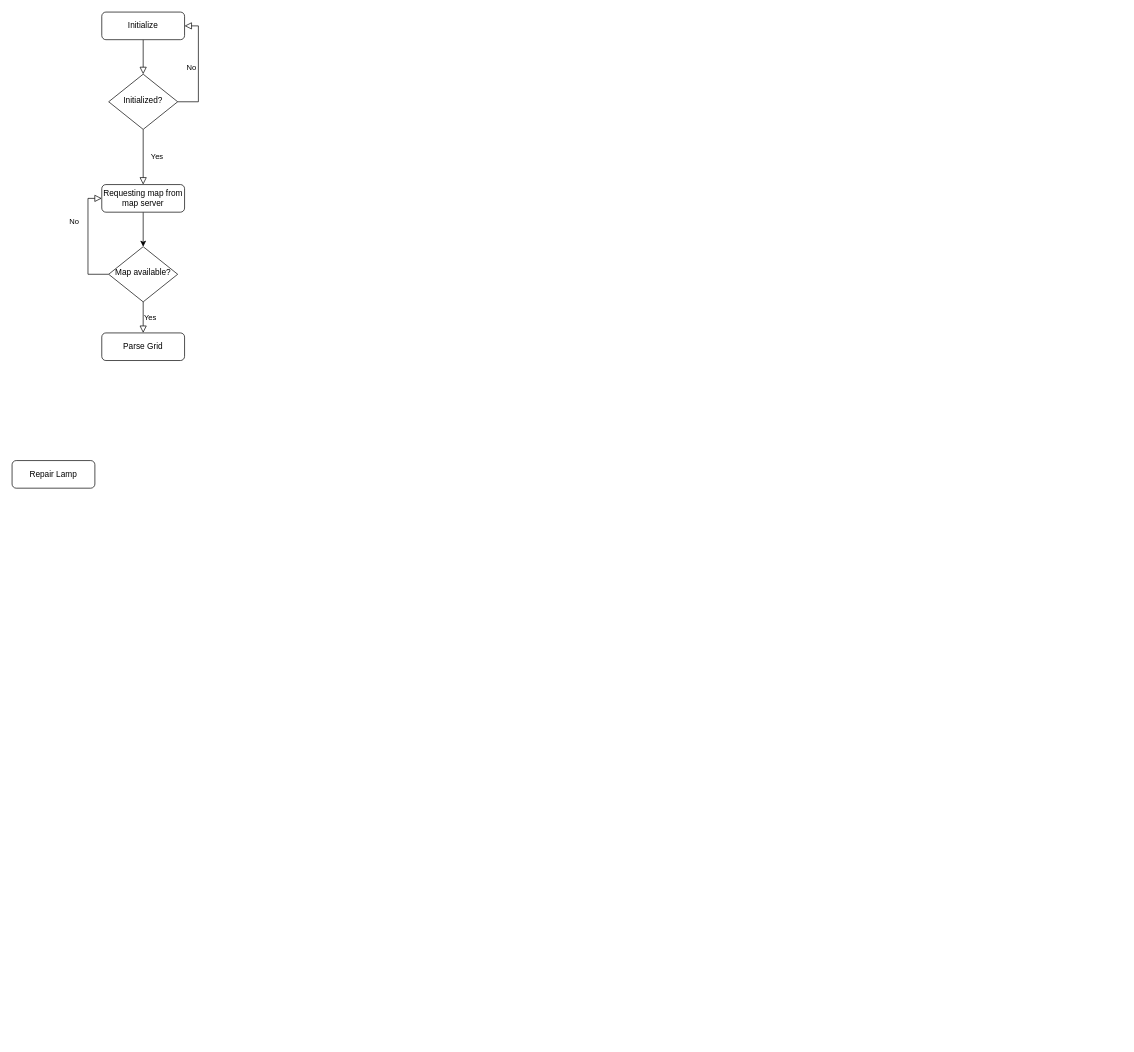
Before: page "Page-1" (1 of 2) of Path planning flow chart.drawio in RandikaVS/Edfoci-chat-server, a draw.io diagram. Source tidied: cells renumbered, new cells numbered last; positions are measured from the earlier drawing's top-left corner, leaving out a move shared by most shapes. Both pictures are drawn from the tidied source at 69%, with x=0, y=0 at pixel (12, 12).
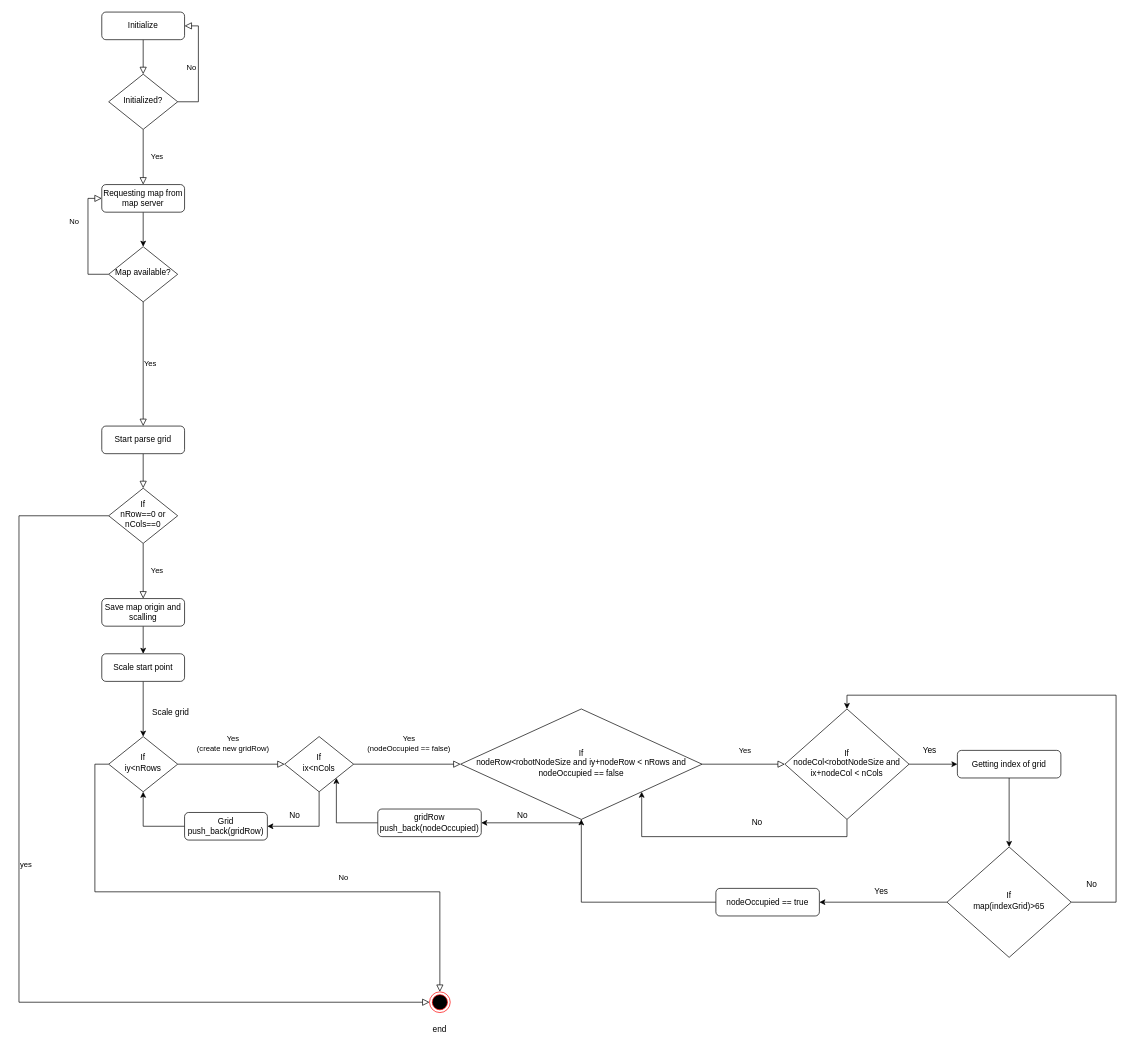
The same page after the edit.

The change refers to these unchanged cells:
```xml
<mxCell id="9" value="Map available?" style="rhombus;whiteSpace=wrap;html=1;shadow=0;fontFamily=Helvetica;fontSize=12;align=center;strokeWidth=1;spacing=6;spacingTop=-4;" parent="1" vertex="1">
  <mxGeometry x="140" y="340" width="100" height="80" as="geometry" />
</mxCell>
```

Diff of the diagram source:
```diff
@@
-    <mxCell id="8" value="Yes" style="edgeStyle=orthogonalEdgeStyle;rounded=0;html=1;jettySize=auto;fontSize=11;endArrow=block;endFill=0;endSize=8;strokeWidth=1;shadow=0;labelBackgroundColor=none;" parent="1" edge="1" source="9" target="11">
+    <mxCell id="8" value="Yes" style="edgeStyle=orthogonalEdgeStyle;rounded=0;html=1;jettySize=auto;fontSize=11;endArrow=block;endFill=0;endSize=8;strokeWidth=1;shadow=0;labelBackgroundColor=none;entryX=0.5;entryY=0;entryDx=0;entryDy=0;" parent="1" edge="1" source="9" target="15">
       <mxGeometry y="10" relative="1" as="geometry" />
     </mxCell>
@@
-    <mxCell id="10" value="Repair Lamp" style="rounded=1;whiteSpace=wrap;html=1;fontSize=12;glass=0;strokeWidth=1;shadow=0;" parent="1" vertex="1">
-      <mxGeometry y="650" width="120" height="40" as="geometry" />
-    </mxCell>
-    <mxCell id="11" value="Parse Grid" style="rounded=1;whiteSpace=wrap;html=1;fontSize=12;glass=0;strokeWidth=1;shadow=0;" parent="1" vertex="1">
-      <mxGeometry x="130" y="465" width="120" height="40" as="geometry" />
-    </mxCell>
@@
+    <mxCell id="14" style="rounded=0;html=1;jettySize=auto;fontSize=11;endArrow=block;endFill=0;endSize=8;strokeWidth=1;shadow=0;labelBackgroundColor=none;edgeStyle=orthogonalEdgeStyle;" parent="1" edge="1" source="15" target="18">
+      <mxGeometry relative="1" as="geometry" />
+    </mxCell>
+    <mxCell id="15" value="Start parse grid" style="rounded=1;whiteSpace=wrap;html=1;fontSize=12;glass=0;strokeWidth=1;shadow=0;" parent="1" vertex="1">
+      <mxGeometry x="130" y="600" width="120" height="40" as="geometry" />
+    </mxCell>
+    <mxCell id="16" value="Yes" style="rounded=0;html=1;jettySize=auto;fontSize=11;endArrow=block;endFill=0;endSize=8;strokeWidth=1;shadow=0;labelBackgroundColor=none;edgeStyle=orthogonalEdgeStyle;entryX=0.5;entryY=0;entryDx=0;entryDy=0;" parent="1" edge="1" source="18" target="23">
+      <mxGeometry y="20" relative="1" as="geometry" />
+    </mxCell>
+    <mxCell id="17" value="yes" style="edgeStyle=orthogonalEdgeStyle;rounded=0;html=1;jettySize=auto;fontSize=11;endArrow=block;endFill=0;endSize=8;strokeWidth=1;shadow=0;labelBackgroundColor=none;entryX=0;entryY=0.5;entryDx=0;entryDy=0;exitX=0;exitY=0.5;exitDx=0;exitDy=0;" parent="1" edge="1" source="18" target="28">
+      <mxGeometry x="-0.11" y="10" relative="1" as="geometry">
+        <Array as="points">
+          <mxPoint x="10" y="730" />
+          <mxPoint x="10" y="1435" />
+        </Array>
+      </mxGeometry>
+    </mxCell>
+    <mxCell id="18" value="If&lt;br&gt;nRow==0 or nCols==0" style="rhombus;whiteSpace=wrap;html=1;shadow=0;fontFamily=Helvetica;fontSize=12;align=center;strokeWidth=1;spacing=6;spacingTop=-4;" parent="1" vertex="1">
+      <mxGeometry x="140" y="690" width="100" height="80" as="geometry" />
+    </mxCell>
+    <mxCell id="19" value="No" style="rounded=0;html=1;jettySize=auto;fontSize=11;endArrow=block;endFill=0;endSize=8;strokeWidth=1;shadow=0;labelBackgroundColor=none;edgeStyle=orthogonalEdgeStyle;align=center;exitX=0;exitY=0.5;exitDx=0;exitDy=0;" parent="1" edge="1" source="21" target="28">
+      <mxGeometry x="0.33" y="20" relative="1" as="geometry" />
+    </mxCell>
+    <mxCell id="20" value="Yes&lt;br&gt;(create new gridRow)" style="edgeStyle=orthogonalEdgeStyle;rounded=0;html=1;jettySize=auto;fontSize=11;endArrow=block;endFill=0;endSize=8;strokeWidth=1;shadow=0;labelBackgroundColor=none;entryX=0;entryY=0.5;entryDx=0;entryDy=0;" parent="1" edge="1" source="21" target="30">
+      <mxGeometry x="0.03" y="30" relative="1" as="geometry" />
+    </mxCell>
+    <mxCell id="21" value="If&lt;br&gt;iy&amp;lt;nRows" style="rhombus;whiteSpace=wrap;html=1;shadow=0;fontFamily=Helvetica;fontSize=12;align=center;strokeWidth=1;spacing=6;spacingTop=-4;" parent="1" vertex="1">
+      <mxGeometry x="140" y="1050" width="100" height="80" as="geometry" />
+    </mxCell>
+    <mxCell id="22" style="edgeStyle=orthogonalEdgeStyle;rounded=0;jettySize=auto;html=1;exitX=0.5;exitY=1;exitDx=0;exitDy=0;entryX=0.5;entryY=0;entryDx=0;entryDy=0;" parent="1" edge="1" source="23" target="26">
+      <mxGeometry relative="1" as="geometry">
+        <Array as="points">
+          <mxPoint x="190" y="930" />
+          <mxPoint x="190" y="930" />
+        </Array>
+      </mxGeometry>
+    </mxCell>
+    <mxCell id="23" value="Save map origin and scalling" style="rounded=1;whiteSpace=wrap;html=1;fontSize=12;glass=0;strokeWidth=1;shadow=0;" parent="1" vertex="1">
+      <mxGeometry x="130" y="850" width="120" height="40" as="geometry" />
+    </mxCell>
+    <mxCell id="24" value="end" style="text;html=1;strokeColor=none;fillColor=none;align=center;verticalAlign=middle;whiteSpace=wrap;rounded=0;" parent="1" vertex="1">
+      <mxGeometry x="590" y="1460" width="60" height="30" as="geometry" />
+    </mxCell>
+    <mxCell id="25" style="edgeStyle=orthogonalEdgeStyle;rounded=0;jettySize=auto;html=1;exitX=0.5;exitY=1;exitDx=0;exitDy=0;entryX=0.5;entryY=0;entryDx=0;entryDy=0;" parent="1" edge="1" source="26" target="21">
+      <mxGeometry relative="1" as="geometry" />
+    </mxCell>
+    <mxCell id="26" value="Scale start point" style="rounded=1;whiteSpace=wrap;html=1;fontSize=12;glass=0;strokeWidth=1;shadow=0;" parent="1" vertex="1">
+      <mxGeometry x="130" y="930" width="120" height="40" as="geometry" />
+    </mxCell>
+    <mxCell id="27" value="Scale grid" style="text;html=1;strokeColor=none;fillColor=none;align=center;verticalAlign=middle;whiteSpace=wrap;rounded=0;" parent="1" vertex="1">
+      <mxGeometry x="200" y="1000" width="60" height="30" as="geometry" />
+    </mxCell>
+    <mxCell id="28" style="ellipse;html=1;shape=endState;fillColor=#000000;strokeColor=#ff0000;" parent="1" vertex="1">
+      <mxGeometry x="605" y="1420" width="30" height="30" as="geometry" />
+    </mxCell>
+    <mxCell id="29" style="edgeStyle=orthogonalEdgeStyle;rounded=0;jettySize=auto;html=1;exitX=0.5;exitY=1;exitDx=0;exitDy=0;entryX=1;entryY=0.5;entryDx=0;entryDy=0;" parent="1" edge="1" source="30" target="32">
+      <mxGeometry relative="1" as="geometry" />
+    </mxCell>
+    <mxCell id="30" value="If&lt;br&gt;ix&amp;lt;nCols" style="rhombus;whiteSpace=wrap;html=1;shadow=0;fontFamily=Helvetica;fontSize=12;align=center;strokeWidth=1;spacing=6;spacingTop=-4;" parent="1" vertex="1">
+      <mxGeometry x="395" y="1050" width="100" height="80" as="geometry" />
+    </mxCell>
+    <mxCell id="31" style="edgeStyle=orthogonalEdgeStyle;rounded=0;jettySize=auto;html=1;exitX=0;exitY=0.5;exitDx=0;exitDy=0;entryX=0.5;entryY=1;entryDx=0;entryDy=0;" parent="1" edge="1" source="32" target="21">
+      <mxGeometry relative="1" as="geometry" />
+    </mxCell>
+    <mxCell id="32" value="Grid push_back(gridRow)" style="rounded=1;whiteSpace=wrap;html=1;fontSize=12;glass=0;strokeWidth=1;shadow=0;" parent="1" vertex="1">
+      <mxGeometry x="250" y="1160" width="120" height="40" as="geometry" />
+    </mxCell>
+    <mxCell id="33" value="No" style="text;html=1;strokeColor=none;fillColor=none;align=center;verticalAlign=middle;whiteSpace=wrap;rounded=0;" parent="1" vertex="1">
+      <mxGeometry x="380" y="1150" width="60" height="30" as="geometry" />
+    </mxCell>
+    <mxCell id="34" value="If&lt;br&gt;nodeRow&amp;lt;robotNodeSize and iy+nodeRow &amp;lt; nRows and nodeOccupied == false" style="rhombus;whiteSpace=wrap;html=1;shadow=0;fontFamily=Helvetica;fontSize=12;align=center;strokeWidth=1;spacing=6;spacingTop=-4;" parent="1" vertex="1">
+      <mxGeometry x="650" y="1010" width="350" height="160" as="geometry" />
+    </mxCell>
+    <mxCell id="35" value="Yes&lt;br&gt;(nodeOccupied == false)" style="edgeStyle=orthogonalEdgeStyle;rounded=0;html=1;jettySize=auto;fontSize=11;endArrow=block;endFill=0;endSize=8;strokeWidth=1;shadow=0;labelBackgroundColor=none;entryX=0;entryY=0.5;entryDx=0;entryDy=0;exitX=1;exitY=0.5;exitDx=0;exitDy=0;" parent="1" edge="1" source="30" target="34">
+      <mxGeometry x="0.03" y="30" relative="1" as="geometry" />
+    </mxCell>
+    <mxCell id="36" style="edgeStyle=orthogonalEdgeStyle;rounded=0;jettySize=auto;html=1;exitX=0;exitY=0.5;exitDx=0;exitDy=0;entryX=1;entryY=1;entryDx=0;entryDy=0;" parent="1" edge="1" source="37" target="30">
+      <mxGeometry relative="1" as="geometry" />
+    </mxCell>
+    <mxCell id="37" value="gridRow push_back(nodeOccupied)" style="rounded=1;whiteSpace=wrap;html=1;fontSize=12;glass=0;strokeWidth=1;shadow=0;" parent="1" vertex="1">
+      <mxGeometry x="530" y="1155" width="150" height="40" as="geometry" />
+    </mxCell>
+    <mxCell id="38" style="edgeStyle=orthogonalEdgeStyle;rounded=0;jettySize=auto;html=1;exitX=0.5;exitY=1;exitDx=0;exitDy=0;entryX=1;entryY=0.5;entryDx=0;entryDy=0;" parent="1" edge="1" source="34" target="37">
+      <mxGeometry relative="1" as="geometry">
+        <Array as="points">
+          <mxPoint x="825" y="1175" />
+        </Array>
+      </mxGeometry>
+    </mxCell>
+    <mxCell id="39" value="No" style="text;html=1;strokeColor=none;fillColor=none;align=center;verticalAlign=middle;whiteSpace=wrap;rounded=0;" parent="1" vertex="1">
+      <mxGeometry x="710" y="1150" width="60" height="30" as="geometry" />
+    </mxCell>
+    <mxCell id="40" style="edgeStyle=orthogonalEdgeStyle;rounded=0;jettySize=auto;html=1;exitX=1;exitY=0.5;exitDx=0;exitDy=0;entryX=0;entryY=0.5;entryDx=0;entryDy=0;" parent="1" edge="1" source="41" target="46">
+      <mxGeometry relative="1" as="geometry" />
+    </mxCell>
+    <mxCell id="41" value="If&lt;br&gt;nodeCol&amp;lt;robotNodeSize and ix+nodeCol &amp;lt; nCols" style="rhombus;whiteSpace=wrap;html=1;shadow=0;fontFamily=Helvetica;fontSize=12;align=center;strokeWidth=1;spacing=6;spacingTop=-4;" parent="1" vertex="1">
+      <mxGeometry x="1120" y="1010" width="180" height="160" as="geometry" />
+    </mxCell>
+    <mxCell id="42" value="Yes" style="edgeStyle=orthogonalEdgeStyle;rounded=0;html=1;jettySize=auto;fontSize=11;endArrow=block;endFill=0;endSize=8;strokeWidth=1;shadow=0;labelBackgroundColor=none;entryX=0;entryY=0.5;entryDx=0;entryDy=0;exitX=1;exitY=0.5;exitDx=0;exitDy=0;" parent="1" edge="1" source="34" target="41">
+      <mxGeometry x="0.04" y="20" relative="1" as="geometry" />
+    </mxCell>
+    <mxCell id="43" value="No" style="text;html=1;strokeColor=none;fillColor=none;align=center;verticalAlign=middle;whiteSpace=wrap;rounded=0;" parent="1" vertex="1">
+      <mxGeometry x="1050" y="1160" width="60" height="30" as="geometry" />
+    </mxCell>
+    <mxCell id="44" style="edgeStyle=orthogonalEdgeStyle;rounded=0;jettySize=auto;html=1;entryX=1;entryY=1;entryDx=0;entryDy=0;exitX=0.5;exitY=1;exitDx=0;exitDy=0;" parent="1" edge="1" source="41" target="34">
+      <mxGeometry relative="1" as="geometry">
+        <Array as="points">
+          <mxPoint x="1210" y="1195" />
+          <mxPoint x="913" y="1195" />
+        </Array>
+      </mxGeometry>
+    </mxCell>
+    <mxCell id="45" style="edgeStyle=orthogonalEdgeStyle;rounded=0;jettySize=auto;html=1;exitX=0.5;exitY=1;exitDx=0;exitDy=0;entryX=0.5;entryY=0;entryDx=0;entryDy=0;" parent="1" edge="1" source="46" target="50">
+      <mxGeometry relative="1" as="geometry" />
+    </mxCell>
+    <mxCell id="46" value="Getting index of grid" style="rounded=1;whiteSpace=wrap;html=1;fontSize=12;glass=0;strokeWidth=1;shadow=0;" parent="1" vertex="1">
+      <mxGeometry x="1370" y="1070" width="150" height="40" as="geometry" />
+    </mxCell>
+    <mxCell id="47" value="Yes" style="text;html=1;strokeColor=none;fillColor=none;align=center;verticalAlign=middle;whiteSpace=wrap;rounded=0;" parent="1" vertex="1">
+      <mxGeometry x="1300" y="1055" width="60" height="30" as="geometry" />
+    </mxCell>
+    <mxCell id="48" style="edgeStyle=orthogonalEdgeStyle;rounded=0;jettySize=auto;html=1;exitX=0;exitY=0.5;exitDx=0;exitDy=0;entryX=1;entryY=0.5;entryDx=0;entryDy=0;" parent="1" edge="1" source="50" target="52">
+      <mxGeometry relative="1" as="geometry" />
+    </mxCell>
+    <mxCell id="49" style="edgeStyle=orthogonalEdgeStyle;rounded=0;jettySize=auto;html=1;entryX=0.5;entryY=0;entryDx=0;entryDy=0;" parent="1" edge="1" source="50" target="41">
+      <mxGeometry relative="1" as="geometry">
+        <Array as="points">
+          <mxPoint x="1600" y="1290" />
+          <mxPoint x="1600" y="990" />
+          <mxPoint x="1210" y="990" />
+        </Array>
+      </mxGeometry>
+    </mxCell>
+    <mxCell id="50" value="If&lt;br&gt;map(indexGrid)&amp;gt;65" style="rhombus;whiteSpace=wrap;html=1;shadow=0;fontFamily=Helvetica;fontSize=12;align=center;strokeWidth=1;spacing=6;spacingTop=-4;" parent="1" vertex="1">
+      <mxGeometry x="1355" y="1210" width="180" height="160" as="geometry" />
+    </mxCell>
+    <mxCell id="51" style="edgeStyle=orthogonalEdgeStyle;rounded=0;jettySize=auto;html=1;exitX=0;exitY=0.5;exitDx=0;exitDy=0;" parent="1" edge="1" source="52" target="34">
+      <mxGeometry relative="1" as="geometry" />
+    </mxCell>
+    <mxCell id="52" value="nodeOccupied == true" style="rounded=1;whiteSpace=wrap;html=1;fontSize=12;glass=0;strokeWidth=1;shadow=0;" parent="1" vertex="1">
+      <mxGeometry x="1020" y="1270" width="150" height="40" as="geometry" />
+    </mxCell>
+    <mxCell id="53" value="Yes" style="text;html=1;strokeColor=none;fillColor=none;align=center;verticalAlign=middle;whiteSpace=wrap;rounded=0;" parent="1" vertex="1">
+      <mxGeometry x="1230" y="1260" width="60" height="30" as="geometry" />
+    </mxCell>
+    <mxCell id="54" value="No" style="text;html=1;strokeColor=none;fillColor=none;align=center;verticalAlign=middle;whiteSpace=wrap;rounded=0;" parent="1" vertex="1">
+      <mxGeometry x="1535" y="1250" width="60" height="30" as="geometry" />
+    </mxCell>
```
